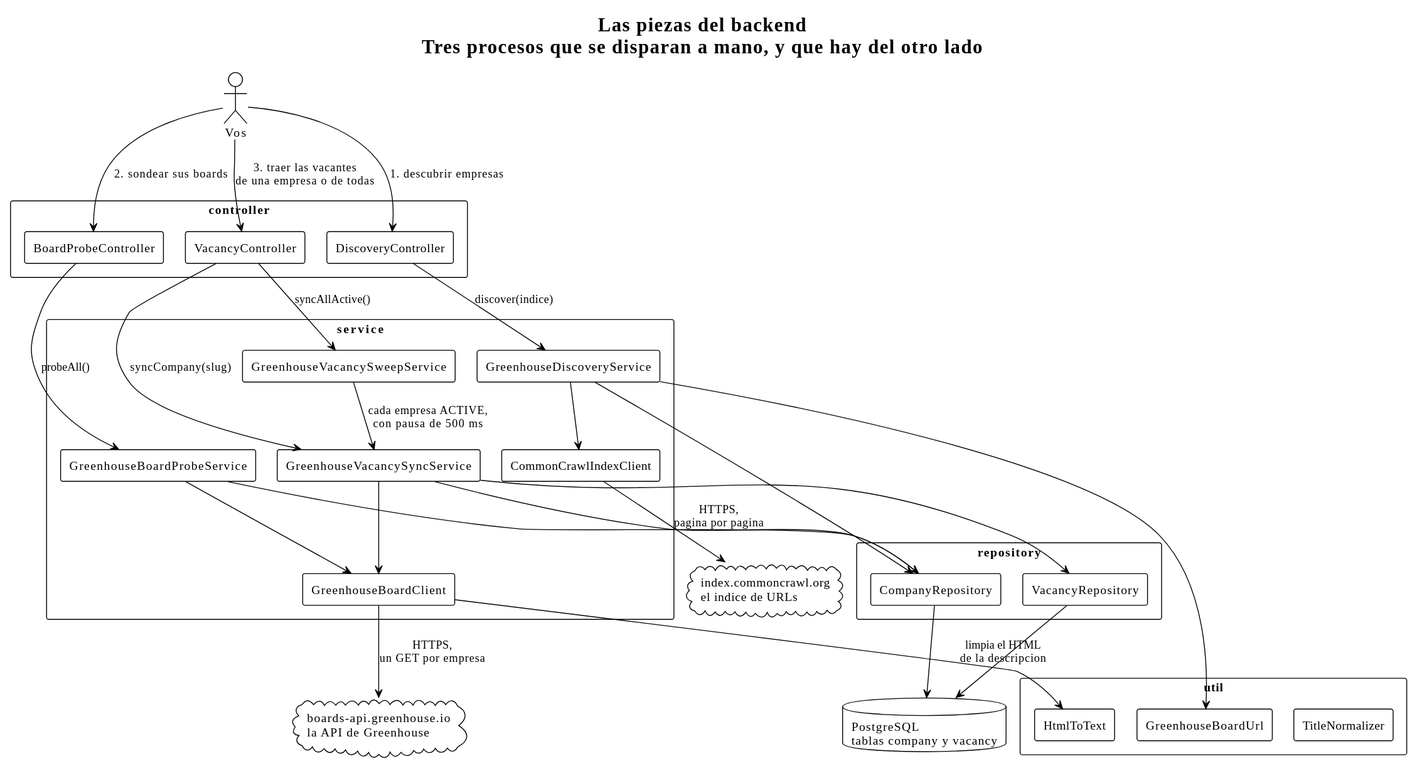
Above: docs/para-humanos/diagramas/panorama.svg in EliasNAires/oneprofile (PlantUML), before the change.
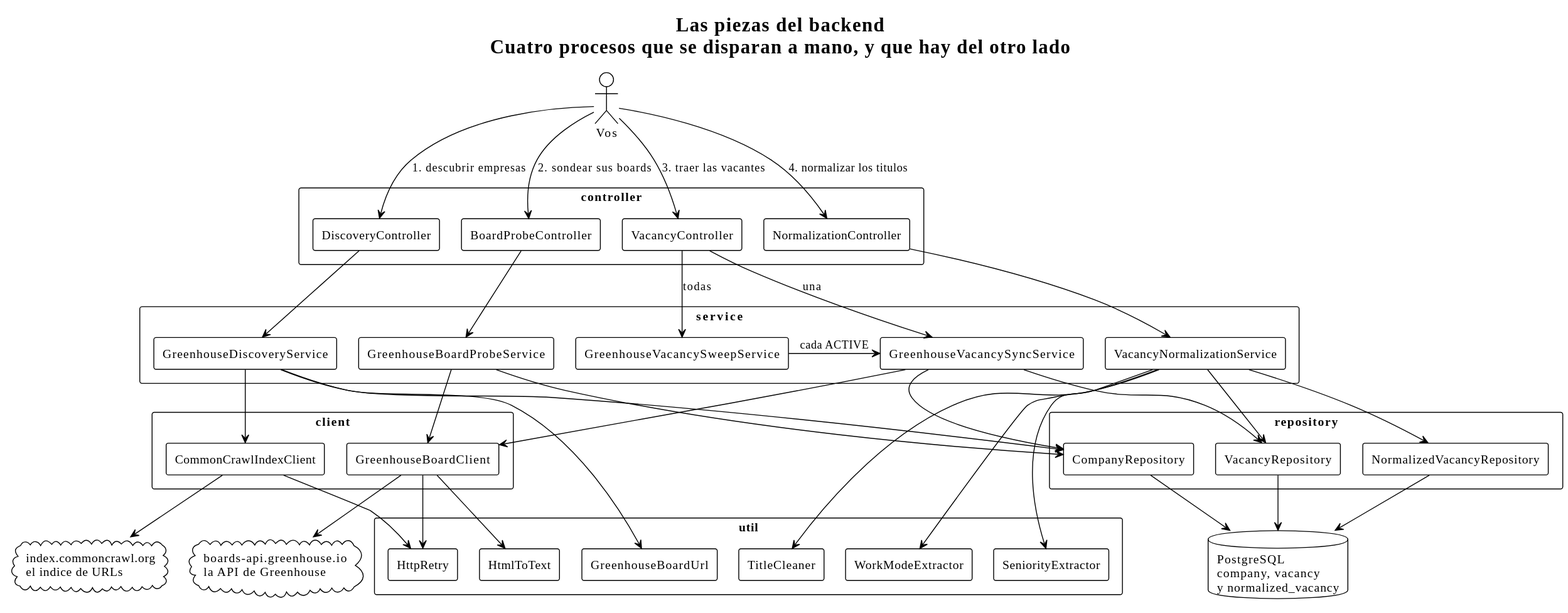
The same file after the commit.

The edit, as a diff of the source:
```diff
@@ -1,6 +1,6 @@
 @startuml
 !theme plain
-title Las piezas del backend\nTres procesos que se disparan a mano, y que hay del otro lado
+title Las piezas del backend\nCuatro procesos que se disparan a mano, y que hay del otro lado
 
 skinparam componentStyle rectangle
 skinparam shadowing false
@@ -13,43 +13,54 @@
   [DiscoveryController] as ctrl
   [BoardProbeController] as probeCtrl
   [VacancyController] as vacCtrl
+  [NormalizationController] as normCtrl
 }
 
 rectangle "service" {
   [GreenhouseDiscoveryService] as svc
-  [CommonCrawlIndexClient] as client
   [GreenhouseBoardProbeService] as probeSvc
   [GreenhouseVacancySyncService] as vacSvc
   [GreenhouseVacancySweepService] as sweepSvc
+  [VacancyNormalizationService] as normSvc
+}
+
+rectangle "client" {
+  [CommonCrawlIndexClient] as ccClient
   [GreenhouseBoardClient] as boardClient
 }
 
 rectangle "util" {
   [GreenhouseBoardUrl] as url
+  [HttpRetry] as retry
   [HtmlToText] as html
-  [TitleNormalizer] as titleNorm
+  [TitleCleaner] as cleaner
+  [WorkModeExtractor] as modeEx
+  [SeniorityExtractor] as levelEx
 }
 
 rectangle "repository" {
   [CompanyRepository] as repo
   [VacancyRepository] as vacRepo
+  [NormalizedVacancyRepository] as normRepo
 }
 
 cloud "index.commoncrawl.org\nel indice de URLs" as cc
 cloud "boards-api.greenhouse.io\nla API de Greenhouse" as gh
-database "PostgreSQL\ntablas company y vacancy" as db
+database "PostgreSQL\ncompany, vacancy\ny normalized_vacancy" as db
 
 you --> ctrl : 1. descubrir empresas
 you --> probeCtrl : 2. sondear sus boards
-you --> vacCtrl : 3. traer las vacantes\nde una empresa o de todas
+you --> vacCtrl : 3. traer las vacantes
+you --> normCtrl : 4. normalizar los titulos
 
-ctrl --> svc : discover(indice)
-probeCtrl --> probeSvc : probeAll()
-vacCtrl --> vacSvc : syncCompany(slug)
-vacCtrl --> sweepSvc : syncAllActive()
-sweepSvc --> vacSvc : cada empresa ACTIVE,\ncon pausa de 500 ms
+ctrl --> svc
+probeCtrl --> probeSvc
+vacCtrl --> sweepSvc : todas
+sweepSvc -left-> vacSvc : cada ACTIVE
+vacCtrl --> vacSvc : una
+normCtrl --> normSvc
 
-svc --> client
+svc --> ccClient
 svc --> url
 svc --> repo
 probeSvc --> boardClient
@@ -57,10 +68,18 @@
 vacSvc --> boardClient
 vacSvc --> repo
 vacSvc --> vacRepo
+normSvc --> cleaner
+normSvc --> modeEx
+normSvc --> levelEx
+normSvc --> vacRepo
+normSvc --> normRepo
 
-client --> cc : HTTPS,\npagina por pagina
-boardClient --> gh : HTTPS,\nun GET por empresa
-boardClient --> html : limpia el HTML\nde la descripcion
+ccClient --> retry
+boardClient --> retry
+boardClient --> html
+ccClient --> cc
+boardClient --> gh
 repo --> db
 vacRepo --> db
+normRepo --> db
 @enduml
```
